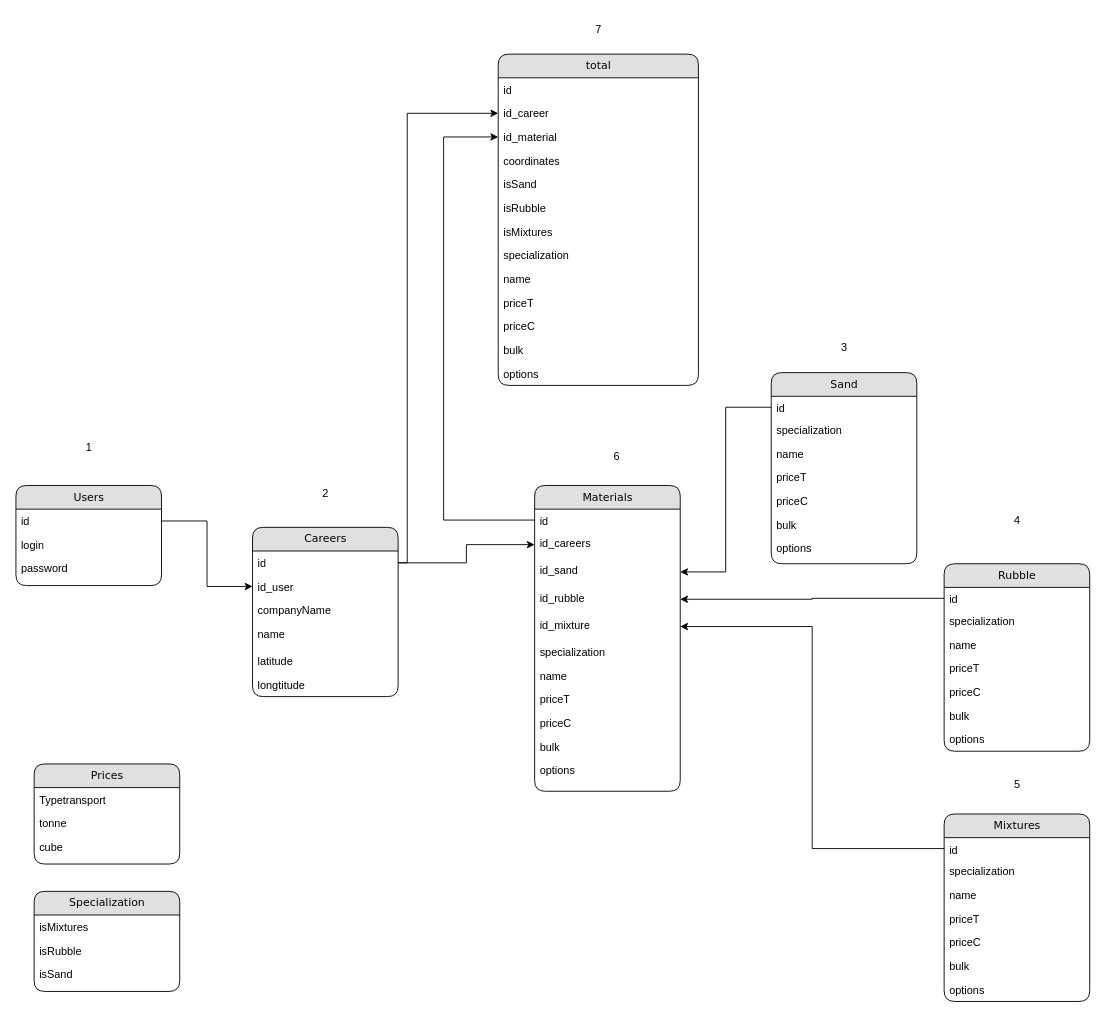
Earlier version of the draw.io diagram spectrBD.drawio (Mashiba113/ForSpectr). Source tidied: cells renumbered, new cells numbered last; positions are measured from the earlier drawing's top-left corner, leaving out a move shared by most shapes. Both pictures are drawn from the tidied source at 91%, with x=0, y=0 at pixel (15, 15).
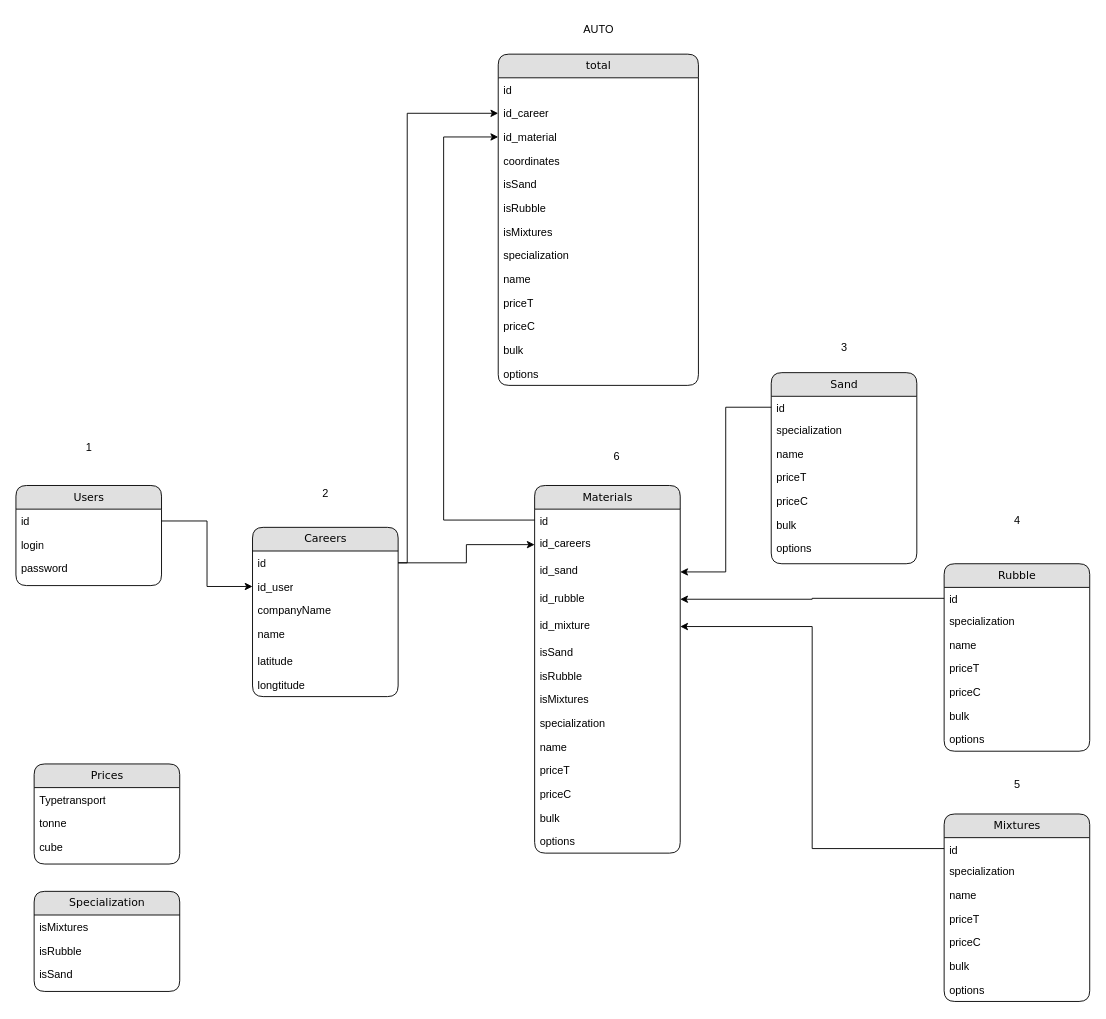
Above is the later version.

What changed in the source:
```diff
@@
     <mxCell id="60" value="Materials" style="swimlane;html=1;fontStyle=0;horizontal=1;startSize=26;fillColor=#e0e0e0;swimlaneFillColor=#ffffff;align=center;rounded=1;shadow=0;comic=0;labelBackgroundColor=none;strokeWidth=1;fontFamily=Verdana;fontSize=12;" parent="1" vertex="1">
-      <mxGeometry x="570" y="516" width="160" height="336" as="geometry" />
+      <mxGeometry x="570" y="516" width="160" height="404" as="geometry" />
     </mxCell>
@@
+    <mxCell id="85" value="isSand" style="text;html=1;strokeColor=none;fillColor=none;spacingLeft=4;spacingRight=4;whiteSpace=wrap;overflow=hidden;" parent="60" vertex="1">
+      <mxGeometry y="170" width="160" height="26" as="geometry" />
+    </mxCell>
+    <mxCell id="86" value="isRubble" style="text;html=1;strokeColor=none;fillColor=none;spacingLeft=4;spacingRight=4;whiteSpace=wrap;overflow=hidden;" parent="60" vertex="1">
+      <mxGeometry y="196" width="160" height="26" as="geometry" />
+    </mxCell>
+    <mxCell id="87" value="isMixtures" style="text;html=1;strokeColor=none;fillColor=none;spacingLeft=4;spacingRight=4;whiteSpace=wrap;overflow=hidden;" parent="60" vertex="1">
+      <mxGeometry y="222" width="160" height="26" as="geometry" />
+    </mxCell>
     <mxCell id="66" value="specialization" style="text;html=1;strokeColor=none;fillColor=none;spacingLeft=4;spacingRight=4;whiteSpace=wrap;overflow=hidden;" parent="60" vertex="1">
-      <mxGeometry y="170" width="160" height="26" as="geometry" />
+      <mxGeometry y="248" width="160" height="26" as="geometry" />
     </mxCell>
     <mxCell id="67" value="name" style="text;html=1;strokeColor=none;fillColor=none;spacingLeft=4;spacingRight=4;whiteSpace=wrap;overflow=hidden;" parent="60" vertex="1">
-      <mxGeometry y="196" width="160" height="26" as="geometry" />
+      <mxGeometry y="274" width="160" height="26" as="geometry" />
     </mxCell>
     <mxCell id="68" value="priceT" style="text;html=1;strokeColor=none;fillColor=none;spacingLeft=4;spacingRight=4;whiteSpace=wrap;overflow=hidden;" parent="60" vertex="1">
-      <mxGeometry y="222" width="160" height="26" as="geometry" />
+      <mxGeometry y="300" width="160" height="26" as="geometry" />
     </mxCell>
     <mxCell id="69" value="priceC" style="text;html=1;strokeColor=none;fillColor=none;spacingLeft=4;spacingRight=4;whiteSpace=wrap;overflow=hidden;" parent="60" vertex="1">
-      <mxGeometry y="248" width="160" height="26" as="geometry" />
+      <mxGeometry y="326" width="160" height="26" as="geometry" />
     </mxCell>
     <mxCell id="70" value="bulk" style="text;html=1;strokeColor=none;fillColor=none;spacingLeft=4;spacingRight=4;whiteSpace=wrap;overflow=hidden;" parent="60" vertex="1">
-      <mxGeometry y="274" width="160" height="26" as="geometry" />
+      <mxGeometry y="352" width="160" height="26" as="geometry" />
     </mxCell>
     <mxCell id="71" value="options" style="text;html=1;strokeColor=none;fillColor=none;spacingLeft=4;spacingRight=4;whiteSpace=wrap;overflow=hidden;" parent="60" vertex="1">
-      <mxGeometry y="300" width="160" height="26" as="geometry" />
+      <mxGeometry y="378" width="160" height="26" as="geometry" />
     </mxCell>
@@
-    <mxCell id="84" value="7" style="text;html=1;align=center;verticalAlign=middle;strokeColor=none;fillColor=none;" parent="1" vertex="1">
-      <mxGeometry x="625" width="30" height="30" as="geometry" />
+    <mxCell id="84" value="AUTO" style="text;html=1;align=center;verticalAlign=middle;strokeColor=none;fillColor=none;" parent="1" vertex="1">
+      <mxGeometry x="610" width="60" height="30" as="geometry" />
     </mxCell>
```
